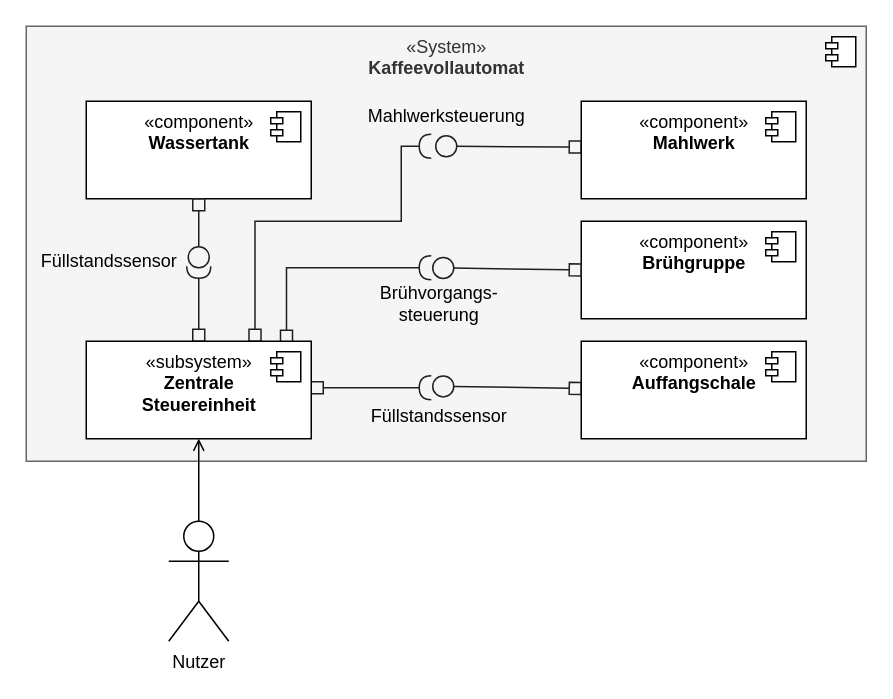
Before: page "Komplexbeispiel" (3 of 3) of images/rawimages/Komponentendiagramm.drawio in HerrLoesch/UMLite, a draw.io diagram. Source tidied: cells renumbered, new cells numbered last; positions are measured from the earlier drawing's top-left corner, leaving out a move shared by most shapes. Both pictures are drawn from the tidied source at 150%, with x=0, y=0 at pixel (26, 26).
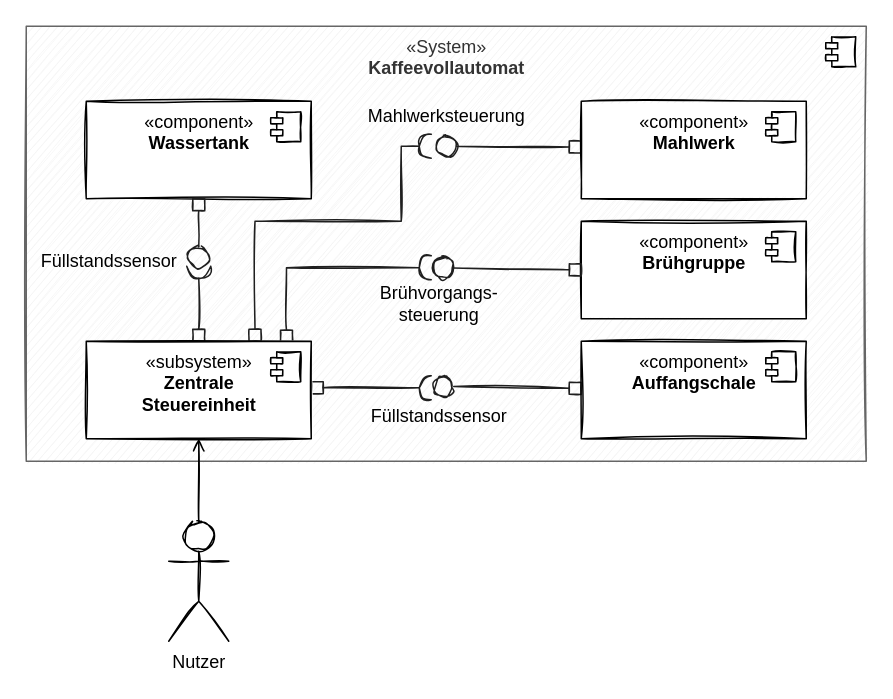
Above is the later version.

The edit, as a diff of the source:
```diff
@@
-    <mxCell id="2" value="«System»&lt;br&gt;&lt;b&gt;Kaffeevollautomat&lt;/b&gt;" style="html=1;verticalAlign=top;fillColor=#f5f5f5;strokeColor=#666666;fontColor=#333333;" parent="1" vertex="1">
+    <mxCell id="2" value="«System»&lt;br&gt;&lt;b&gt;Kaffeevollautomat&lt;/b&gt;" style="html=1;verticalAlign=top;fillColor=#f5f5f5;strokeColor=#666666;fontColor=#333333;sketch=1;" parent="1" vertex="1">
       <mxGeometry width="560" height="290" as="geometry" />
     </mxCell>
-    <mxCell id="3" style="shape=module;jettyWidth=8;jettyHeight=4;" parent="2" vertex="1">
+    <mxCell id="3" style="shape=module;jettyWidth=8;jettyHeight=4;sketch=1;" parent="2" vertex="1">
       <mxGeometry x="1" width="20" height="20" relative="1" as="geometry">
         <mxPoint x="-27" y="7" as="offset" />
       </mxGeometry>
     </mxCell>
-    <mxCell id="4" value="«component»&lt;br&gt;&lt;b&gt;Brühgruppe&lt;/b&gt;" style="html=1;verticalAlign=top;" parent="1" vertex="1">
+    <mxCell id="4" value="«component»&lt;br&gt;&lt;b&gt;Brühgruppe&lt;/b&gt;" style="html=1;verticalAlign=top;sketch=1;" parent="1" vertex="1">
       <mxGeometry x="370" y="130" width="150" height="65" as="geometry" />
     </mxCell>
-    <mxCell id="5" style="shape=module;jettyWidth=8;jettyHeight=4;verticalAlign=top;" parent="4" vertex="1">
+    <mxCell id="5" style="shape=module;jettyWidth=8;jettyHeight=4;verticalAlign=top;sketch=1;" parent="4" vertex="1">
       <mxGeometry x="1" width="20" height="20" relative="1" as="geometry">
         <mxPoint x="-27" y="7" as="offset" />
       </mxGeometry>
     </mxCell>
-    <mxCell id="6" style="edgeStyle=none;rounded=0;jettySize=auto;html=1;startArrow=box;startFill=0;endArrow=halfCircle;endFill=0;strokeColor=#1F1F1F;" parent="1" edge="1" source="10">
+    <mxCell id="6" style="edgeStyle=none;rounded=0;jettySize=auto;html=1;startArrow=box;startFill=0;endArrow=halfCircle;endFill=0;strokeColor=#1F1F1F;sketch=1;" parent="1" edge="1" source="10">
       <mxGeometry relative="1" as="geometry">
         <mxPoint x="115" y="160" as="targetPoint" />
       </mxGeometry>
     </mxCell>
-    <mxCell id="7" style="edgeStyle=orthogonalEdgeStyle;rounded=0;jettySize=auto;html=1;startArrow=box;startFill=0;endArrow=halfCircle;endFill=0;strokeColor=#1F1F1F;exitX=0.75;exitY=0;exitDx=0;exitDy=0;" parent="1" edge="1" source="10">
+    <mxCell id="7" style="edgeStyle=orthogonalEdgeStyle;rounded=0;jettySize=auto;html=1;startArrow=box;startFill=0;endArrow=halfCircle;endFill=0;strokeColor=#1F1F1F;exitX=0.75;exitY=0;exitDx=0;exitDy=0;sketch=1;" parent="1" edge="1" source="10">
       <mxGeometry relative="1" as="geometry">
         <mxPoint x="270" y="80" as="targetPoint" />
         <Array as="points">
           <mxPoint x="153" y="130" />
           <mxPoint x="250" y="130" />
         </Array>
       </mxGeometry>
     </mxCell>
-    <mxCell id="8" style="edgeStyle=orthogonalEdgeStyle;rounded=0;jettySize=auto;html=1;startArrow=box;startFill=0;endArrow=halfCircle;endFill=0;strokeColor=#1F1F1F;exitX=0.89;exitY=0.01;exitDx=0;exitDy=0;exitPerimeter=0;" parent="1" edge="1" source="10">
+    <mxCell id="8" style="edgeStyle=orthogonalEdgeStyle;rounded=0;jettySize=auto;html=1;startArrow=box;startFill=0;endArrow=halfCircle;endFill=0;strokeColor=#1F1F1F;exitX=0.89;exitY=0.01;exitDx=0;exitDy=0;exitPerimeter=0;sketch=1;" parent="1" edge="1" source="10">
       <mxGeometry relative="1" as="geometry">
         <mxPoint x="270" y="161" as="targetPoint" />
         <Array as="points">
           <mxPoint x="174" y="161" />
         </Array>
       </mxGeometry>
     </mxCell>
-    <mxCell id="9" style="edgeStyle=orthogonalEdgeStyle;rounded=0;orthogonalLoop=1;jettySize=auto;html=1;startArrow=box;startFill=0;endArrow=halfCircle;endFill=0;strokeColor=#1F1F1F;" parent="1" edge="1">
+    <mxCell id="9" style="edgeStyle=orthogonalEdgeStyle;rounded=0;orthogonalLoop=1;jettySize=auto;html=1;startArrow=box;startFill=0;endArrow=halfCircle;endFill=0;strokeColor=#1F1F1F;sketch=1;" parent="1" edge="1">
       <mxGeometry relative="1" as="geometry">
         <mxPoint x="190" y="241" as="sourcePoint" />
         <mxPoint x="270" y="241" as="targetPoint" />
       </mxGeometry>
     </mxCell>
-    <mxCell id="10" value="«subsystem»&lt;br&gt;&lt;b&gt;Zentrale &lt;br&gt;Steuereinheit&lt;/b&gt;" style="html=1;verticalAlign=top;" parent="1" vertex="1">
+    <mxCell id="10" value="«subsystem»&lt;br&gt;&lt;b&gt;Zentrale &lt;br&gt;Steuereinheit&lt;/b&gt;" style="html=1;verticalAlign=top;sketch=1;" parent="1" vertex="1">
       <mxGeometry x="40" y="210" width="150" height="65" as="geometry" />
     </mxCell>
-    <mxCell id="11" style="shape=module;jettyWidth=8;jettyHeight=4;verticalAlign=top;" parent="10" vertex="1">
+    <mxCell id="11" style="shape=module;jettyWidth=8;jettyHeight=4;verticalAlign=top;sketch=1;" parent="10" vertex="1">
       <mxGeometry x="1" width="20" height="20" relative="1" as="geometry">
         <mxPoint x="-27" y="7" as="offset" />
       </mxGeometry>
     </mxCell>
-    <mxCell id="12" style="edgeStyle=none;rounded=0;jettySize=auto;html=1;startArrow=box;startFill=0;endArrow=circle;endFill=0;strokeColor=#1F1F1F;" parent="1" edge="1" source="13">
+    <mxCell id="12" style="edgeStyle=none;rounded=0;jettySize=auto;html=1;startArrow=box;startFill=0;endArrow=circle;endFill=0;strokeColor=#1F1F1F;sketch=1;" parent="1" edge="1" source="13">
       <mxGeometry relative="1" as="geometry">
         <mxPoint x="270" y="240" as="targetPoint" />
       </mxGeometry>
     </mxCell>
-    <mxCell id="13" value="«component»&lt;br&gt;&lt;b&gt;Auffangschale&lt;/b&gt;" style="html=1;verticalAlign=top;" parent="1" vertex="1">
+    <mxCell id="13" value="«component»&lt;br&gt;&lt;b&gt;Auffangschale&lt;/b&gt;" style="html=1;verticalAlign=top;sketch=1;" parent="1" vertex="1">
       <mxGeometry x="370" y="210" width="150" height="65" as="geometry" />
     </mxCell>
-    <mxCell id="14" style="shape=module;jettyWidth=8;jettyHeight=4;verticalAlign=top;" parent="13" vertex="1">
+    <mxCell id="14" style="shape=module;jettyWidth=8;jettyHeight=4;verticalAlign=top;sketch=1;" parent="13" vertex="1">
       <mxGeometry x="1" width="20" height="20" relative="1" as="geometry">
         <mxPoint x="-27" y="7" as="offset" />
       </mxGeometry>
     </mxCell>
-    <mxCell id="15" value="«component»&lt;br&gt;&lt;b&gt;Wassertank&lt;/b&gt;" style="html=1;verticalAlign=top;" parent="1" vertex="1">
+    <mxCell id="15" value="«component»&lt;br&gt;&lt;b&gt;Wassertank&lt;/b&gt;" style="html=1;verticalAlign=top;sketch=1;" parent="1" vertex="1">
       <mxGeometry x="40" y="50" width="150" height="65" as="geometry" />
     </mxCell>
-    <mxCell id="16" style="shape=module;jettyWidth=8;jettyHeight=4;verticalAlign=top;" parent="15" vertex="1">
+    <mxCell id="16" style="shape=module;jettyWidth=8;jettyHeight=4;verticalAlign=top;sketch=1;" parent="15" vertex="1">
       <mxGeometry x="1" width="20" height="20" relative="1" as="geometry">
         <mxPoint x="-27" y="7" as="offset" />
       </mxGeometry>
     </mxCell>
-    <mxCell id="17" style="edgeStyle=none;rounded=0;jettySize=auto;html=1;startArrow=box;startFill=0;endArrow=circle;endFill=0;strokeColor=#1F1F1F;exitX=0;exitY=0.5;exitDx=0;exitDy=0;" parent="1" edge="1" source="4">
+    <mxCell id="17" style="edgeStyle=none;rounded=0;jettySize=auto;html=1;startArrow=box;startFill=0;endArrow=circle;endFill=0;strokeColor=#1F1F1F;exitX=0;exitY=0.5;exitDx=0;exitDy=0;sketch=1;" parent="1" edge="1" source="4">
       <mxGeometry relative="1" as="geometry">
         <mxPoint x="270" y="161" as="targetPoint" />
       </mxGeometry>
     </mxCell>
-    <mxCell id="18" style="edgeStyle=none;rounded=0;orthogonalLoop=1;jettySize=auto;html=1;startArrow=box;startFill=0;endArrow=circle;endFill=0;strokeColor=#1F1F1F;exitX=0;exitY=0.5;exitDx=0;exitDy=0;" parent="1" edge="1">
+    <mxCell id="18" style="edgeStyle=none;rounded=0;orthogonalLoop=1;jettySize=auto;html=1;startArrow=box;startFill=0;endArrow=circle;endFill=0;strokeColor=#1F1F1F;exitX=0;exitY=0.5;exitDx=0;exitDy=0;sketch=1;" parent="1" edge="1">
       <mxGeometry relative="1" as="geometry">
         <mxPoint x="370" y="80.5" as="sourcePoint" />
         <mxPoint x="272" y="80" as="targetPoint" />
       </mxGeometry>
     </mxCell>
-    <mxCell id="19" style="edgeStyle=none;rounded=0;jettySize=auto;html=1;startArrow=box;startFill=0;endArrow=circle;endFill=0;strokeColor=#1F1F1F;" parent="1" edge="1" source="15">
+    <mxCell id="19" style="edgeStyle=none;rounded=0;jettySize=auto;html=1;startArrow=box;startFill=0;endArrow=circle;endFill=0;strokeColor=#1F1F1F;sketch=1;" parent="1" edge="1" source="15">
       <mxGeometry relative="1" as="geometry">
         <mxPoint x="115" y="162" as="targetPoint" />
       </mxGeometry>
     </mxCell>
-    <mxCell id="20" value="«component»&lt;br&gt;&lt;b&gt;Mahlwerk&lt;/b&gt;" style="html=1;verticalAlign=top;" parent="1" vertex="1">
+    <mxCell id="20" value="«component»&lt;br&gt;&lt;b&gt;Mahlwerk&lt;/b&gt;" style="html=1;verticalAlign=top;sketch=1;" parent="1" vertex="1">
       <mxGeometry x="370" y="50" width="150" height="65" as="geometry" />
     </mxCell>
-    <mxCell id="21" style="shape=module;jettyWidth=8;jettyHeight=4;verticalAlign=top;" parent="20" vertex="1">
+    <mxCell id="21" style="shape=module;jettyWidth=8;jettyHeight=4;verticalAlign=top;sketch=1;" parent="20" vertex="1">
       <mxGeometry x="1" width="20" height="20" relative="1" as="geometry">
         <mxPoint x="-27" y="7" as="offset" />
       </mxGeometry>
     </mxCell>
-    <mxCell id="22" value="Füllstandssensor" style="text;html=1;align=center;verticalAlign=middle;strokeColor=none;fillColor=none;" parent="1" vertex="1">
+    <mxCell id="22" value="Füllstandssensor" style="text;html=1;align=center;verticalAlign=middle;strokeColor=none;fillColor=none;sketch=1;" parent="1" vertex="1">
       <mxGeometry y="147" width="110" height="20" as="geometry" />
     </mxCell>
-    <mxCell id="23" value="Füllstandssensor" style="text;html=1;align=center;verticalAlign=middle;strokeColor=none;fillColor=none;" parent="1" vertex="1">
+    <mxCell id="23" value="Füllstandssensor" style="text;html=1;align=center;verticalAlign=middle;strokeColor=none;fillColor=none;sketch=1;" parent="1" vertex="1">
       <mxGeometry x="220" y="250" width="110" height="20" as="geometry" />
     </mxCell>
-    <mxCell id="24" value="Brühvorgangs-&lt;br&gt;steuerung" style="text;html=1;align=center;verticalAlign=middle;strokeColor=none;fillColor=none;" parent="1" vertex="1">
+    <mxCell id="24" value="Brühvorgangs-&lt;br&gt;steuerung" style="text;html=1;align=center;verticalAlign=middle;strokeColor=none;fillColor=none;sketch=1;" parent="1" vertex="1">
       <mxGeometry x="230" y="170" width="90" height="30" as="geometry" />
     </mxCell>
-    <mxCell id="25" value="Mahlwerksteuerung" style="text;html=1;align=center;verticalAlign=middle;strokeColor=none;fillColor=none;" parent="1" vertex="1">
+    <mxCell id="25" value="Mahlwerksteuerung" style="text;html=1;align=center;verticalAlign=middle;strokeColor=none;fillColor=none;sketch=1;" parent="1" vertex="1">
       <mxGeometry x="220" y="50" width="120" height="20" as="geometry" />
     </mxCell>
-    <mxCell id="26" style="edgeStyle=none;html=1;endArrow=open;endFill=0;" parent="1" edge="1" source="27" target="10">
+    <mxCell id="26" style="edgeStyle=none;html=1;endArrow=open;endFill=0;sketch=1;" parent="1" edge="1" source="27" target="10">
       <mxGeometry relative="1" as="geometry" />
     </mxCell>
-    <mxCell id="27" value="Nutzer" style="shape=umlActor;verticalLabelPosition=bottom;verticalAlign=top;html=1;" parent="1" vertex="1">
+    <mxCell id="27" value="Nutzer" style="shape=umlActor;verticalLabelPosition=bottom;verticalAlign=top;html=1;sketch=1;" parent="1" vertex="1">
       <mxGeometry x="95" y="330" width="40" height="80" as="geometry" />
     </mxCell>
```
